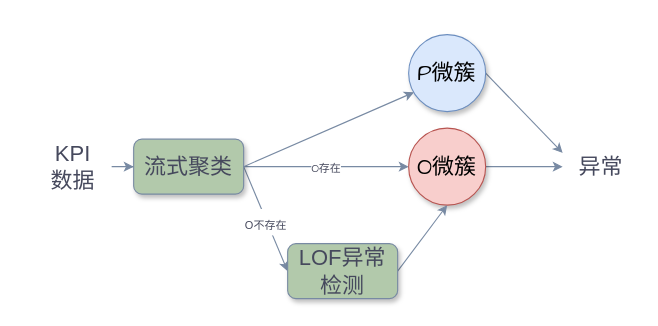
The draw.io diagram paper/步骤流程.drawio in qin8948050/diagram, before the edit. Source tidied: cells renumbered, new cells numbered last; positions are measured from the earlier drawing's top-left corner, leaving out a move shared by most shapes. Both pictures are drawn from the tidied source at 110%, with x=0, y=0 at pixel (34, 34).
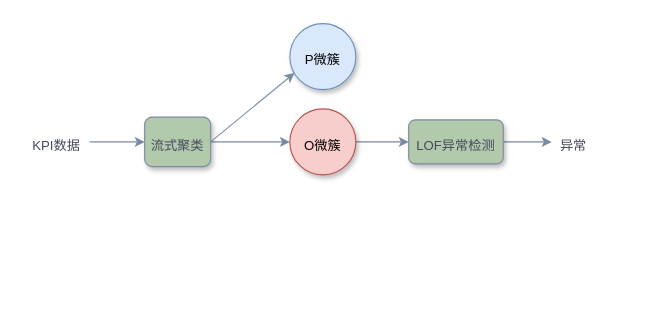
The same diagram, later.

Commit message (it also covers changes not shown here):
更新步骤流程.drawio

The edit, as a diff of the source:
```diff
@@
 <mxGraphModel>
   <root>
     <mxCell id="0" />
     <mxCell id="1" parent="0" />
     <mxCell id="2" style="edgeStyle=orthogonalEdgeStyle;rounded=0;hachureGap=4;jettySize=auto;html=1;strokeColor=#788AA3;fontFamily=Architects Daughter;fontSize=16;fontColor=#46495D;fillColor=#B2C9AB;" parent="1" edge="1" source="10" target="8">
       <mxGeometry relative="1" as="geometry" />
     </mxCell>
-    <mxCell id="3" style="edgeStyle=orthogonalEdgeStyle;rounded=0;hachureGap=4;jettySize=auto;html=1;exitX=1;exitY=0.5;exitDx=0;exitDy=0;strokeColor=#788AA3;fontFamily=Architects Daughter;fontSize=16;fontColor=#46495D;fillColor=#B2C9AB;" parent="1" edge="1" source="4" target="9">
-      <mxGeometry relative="1" as="geometry" />
-    </mxCell>
+    <mxCell id="16" style="edgeStyle=orthogonalEdgeStyle;rounded=0;hachureGap=4;jettySize=auto;html=1;exitX=1;exitY=0.5;exitDx=0;exitDy=0;entryX=0;entryY=0.5;entryDx=0;entryDy=0;strokeColor=#788AA3;fontFamily=Architects Daughter;fontSize=16;fontColor=#46495D;fillColor=#B2C9AB;" parent="1" edge="1" source="4" target="12">
+      <mxGeometry relative="1" as="geometry" />
+    </mxCell>
-    <mxCell id="4" value="O微簇" style="ellipse;whiteSpace=wrap;html=1;hachureGap=4;strokeColor=#b85450;fontFamily=Architects Daughter;fontSize=20;fillColor=#f8cecc;shadow=1;" parent="1" vertex="1">
-      <mxGeometry x="340" y="85" width="70" height="70" as="geometry" />
+    <mxCell id="4" value="&lt;font style=&quot;font-size: 12px;&quot; face=&quot;Helvetica&quot;&gt;O微簇&lt;/font&gt;" style="ellipse;whiteSpace=wrap;html=1;hachureGap=4;strokeColor=#b85450;fontFamily=Architects Daughter;fontSize=20;fillColor=#f8cecc;shadow=1;" parent="1" vertex="1">
+      <mxGeometry x="232" y="67.5" width="60" height="60" as="geometry" />
     </mxCell>
-    <mxCell id="5" value="&lt;font style=&quot;font-size: 10px;&quot;&gt;O存在&lt;/font&gt;" style="edgeStyle=orthogonalEdgeStyle;rounded=0;hachureGap=4;jettySize=auto;html=1;exitX=1;exitY=0.5;exitDx=0;exitDy=0;entryX=0;entryY=0.5;entryDx=0;entryDy=0;strokeColor=#788AA3;fontFamily=Architects Daughter;fontSize=16;fontColor=#46495D;fillColor=#B2C9AB;" parent="1" edge="1" source="8" target="4">
+    <mxCell id="5" style="rounded=0;hachureGap=4;jettySize=auto;html=1;exitX=1;exitY=0.5;exitDx=0;exitDy=0;entryX=0;entryY=0.5;entryDx=0;entryDy=0;strokeColor=#788AA3;fontFamily=Architects Daughter;fontSize=16;fontColor=#46495D;fillColor=#B2C9AB;" parent="1" edge="1" source="8" target="4">
       <mxGeometry relative="1" as="geometry" />
     </mxCell>
-    <mxCell id="6" style="rounded=0;hachureGap=4;jettySize=auto;html=1;exitX=1;exitY=0.5;exitDx=0;exitDy=0;entryX=0;entryY=0.5;entryDx=0;entryDy=0;strokeColor=#788AA3;fontFamily=Architects Daughter;fontSize=16;fontColor=#46495D;fillColor=#B2C9AB;" parent="1" edge="1" source="8" target="12">
-      <mxGeometry relative="1" as="geometry" />
-    </mxCell>
-    <mxCell id="7" value="&lt;font style=&quot;font-size: 10px;&quot; face=&quot;Helvetica&quot;&gt;O不存在&lt;/font&gt;" style="edgeLabel;html=1;align=center;verticalAlign=middle;fontSize=20;fontFamily=Architects Daughter;fontColor=#46495D;" parent="6" vertex="1">
-      <mxGeometry x="0.02" y="-1" relative="1" as="geometry" />
-    </mxCell>
-    <mxCell id="8" value="流式聚类" style="rounded=1;whiteSpace=wrap;html=1;hachureGap=4;strokeColor=#788AA3;fontFamily=Architects Daughter;fontSize=20;fontColor=#46495D;fillColor=#B2C9AB;shadow=1;" parent="1" vertex="1">
-      <mxGeometry x="90" y="95" width="100" height="50" as="geometry" />
+    <mxCell id="8" value="&lt;font style=&quot;font-size: 12px;&quot;&gt;流式聚类&lt;/font&gt;" style="rounded=1;whiteSpace=wrap;html=1;hachureGap=4;strokeColor=#788AA3;fontFamily=Architects Daughter;fontSize=20;fontColor=#46495D;fillColor=#B2C9AB;shadow=1;" parent="1" vertex="1">
+      <mxGeometry x="100" y="75" width="60" height="45" as="geometry" />
     </mxCell>
-    <mxCell id="9" value="异常" style="text;html=1;strokeColor=none;fillColor=none;align=center;verticalAlign=middle;whiteSpace=wrap;rounded=0;fontSize=20;fontFamily=Architects Daughter;fontColor=#46495D;" parent="1" vertex="1">
-      <mxGeometry x="480" y="95" width="70" height="50" as="geometry" />
+    <mxCell id="9" value="&lt;font style=&quot;font-size: 12px;&quot;&gt;异常&lt;/font&gt;" style="text;html=1;strokeColor=none;fillColor=none;align=center;verticalAlign=middle;whiteSpace=wrap;rounded=0;fontSize=20;fontFamily=Architects Daughter;fontColor=#46495D;shadow=1;" parent="1" vertex="1">
+      <mxGeometry x="470" y="82.5" width="40" height="30" as="geometry" />
     </mxCell>
-    <mxCell id="10" value="&lt;font face=&quot;Helvetica&quot;&gt;KPI&lt;br&gt;数据&lt;/font&gt;" style="text;html=1;strokeColor=none;fillColor=none;align=center;verticalAlign=middle;whiteSpace=wrap;rounded=0;fontSize=20;fontFamily=Architects Daughter;fontColor=#46495D;" parent="1" vertex="1">
-      <mxGeometry y="95" width="70" height="50" as="geometry" />
+    <mxCell id="10" value="&lt;font style=&quot;font-size: 12px;&quot; face=&quot;Helvetica&quot;&gt;KPI数据&lt;/font&gt;" style="text;html=1;strokeColor=none;fillColor=none;align=center;verticalAlign=middle;whiteSpace=wrap;rounded=0;fontSize=20;fontFamily=Architects Daughter;fontColor=#46495D;shadow=1;" parent="1" vertex="1">
+      <mxGeometry x="-10" y="72.5" width="60" height="50" as="geometry" />
     </mxCell>
-    <mxCell id="11" style="rounded=0;hachureGap=4;jettySize=auto;html=1;exitX=1;exitY=0.5;exitDx=0;exitDy=0;entryX=0.5;entryY=1;entryDx=0;entryDy=0;strokeColor=#788AA3;fontFamily=Architects Daughter;fontSize=16;fontColor=#46495D;fillColor=#B2C9AB;" parent="1" edge="1" source="12" target="4">
-      <mxGeometry relative="1" as="geometry" />
-    </mxCell>
+    <mxCell id="17" style="edgeStyle=orthogonalEdgeStyle;rounded=0;hachureGap=4;jettySize=auto;html=1;exitX=1;exitY=0.5;exitDx=0;exitDy=0;strokeColor=#788AA3;fontFamily=Architects Daughter;fontSize=16;fontColor=#46495D;fillColor=#B2C9AB;" parent="1" edge="1" source="12" target="9">
+      <mxGeometry relative="1" as="geometry" />
+    </mxCell>
-    <mxCell id="12" value="&lt;font face=&quot;Helvetica&quot;&gt;LOF异常检测&lt;/font&gt;" style="rounded=1;whiteSpace=wrap;html=1;hachureGap=4;strokeColor=#788AA3;fontFamily=Architects Daughter;fontSize=20;fontColor=#46495D;fillColor=#B2C9AB;shadow=1;" parent="1" vertex="1">
-      <mxGeometry x="230" y="190" width="100" height="50" as="geometry" />
+    <mxCell id="12" value="&lt;font style=&quot;font-size: 12px;&quot; face=&quot;Helvetica&quot;&gt;LOF异常检测&lt;/font&gt;" style="rounded=1;whiteSpace=wrap;html=1;hachureGap=4;strokeColor=#788AA3;fontFamily=Architects Daughter;fontSize=20;fontColor=#46495D;fillColor=#B2C9AB;shadow=1;" parent="1" vertex="1">
+      <mxGeometry x="340" y="77.5" width="86" height="40" as="geometry" />
     </mxCell>
-    <mxCell id="13" style="rounded=0;hachureGap=4;jettySize=auto;html=1;exitX=1;exitY=0.5;exitDx=0;exitDy=0;entryX=0;entryY=0.25;entryDx=0;entryDy=0;strokeColor=#788AA3;fontFamily=Architects Daughter;fontSize=16;fontColor=#46495D;fillColor=#B2C9AB;" parent="1" edge="1" source="14" target="9">
-      <mxGeometry relative="1" as="geometry" />
-    </mxCell>
-    <mxCell id="14" value="P微簇" style="ellipse;whiteSpace=wrap;html=1;hachureGap=4;strokeColor=#6c8ebf;fontFamily=Architects Daughter;fontSize=20;fillColor=#dae8fc;shadow=1;" parent="1" vertex="1">
-      <mxGeometry x="340" width="70" height="70" as="geometry" />
+    <mxCell id="14" value="&lt;font style=&quot;font-size: 12px;&quot; face=&quot;Helvetica&quot;&gt;P微簇&lt;/font&gt;" style="ellipse;whiteSpace=wrap;html=1;hachureGap=4;strokeColor=#6c8ebf;fontFamily=Architects Daughter;fontSize=20;fillColor=#dae8fc;shadow=1;" parent="1" vertex="1">
+      <mxGeometry x="232" y="-10" width="60" height="60" as="geometry" />
     </mxCell>
     <mxCell id="15" style="rounded=0;hachureGap=4;jettySize=auto;html=1;exitX=1;exitY=0.5;exitDx=0;exitDy=0;entryX=0.069;entryY=0.749;entryDx=0;entryDy=0;entryPerimeter=0;strokeColor=#788AA3;fontFamily=Architects Daughter;fontSize=16;fontColor=#46495D;fillColor=#B2C9AB;" parent="1" edge="1" source="8" target="14">
       <mxGeometry relative="1" as="geometry" />
     </mxCell>
   </root>
 </mxGraphModel>
```
